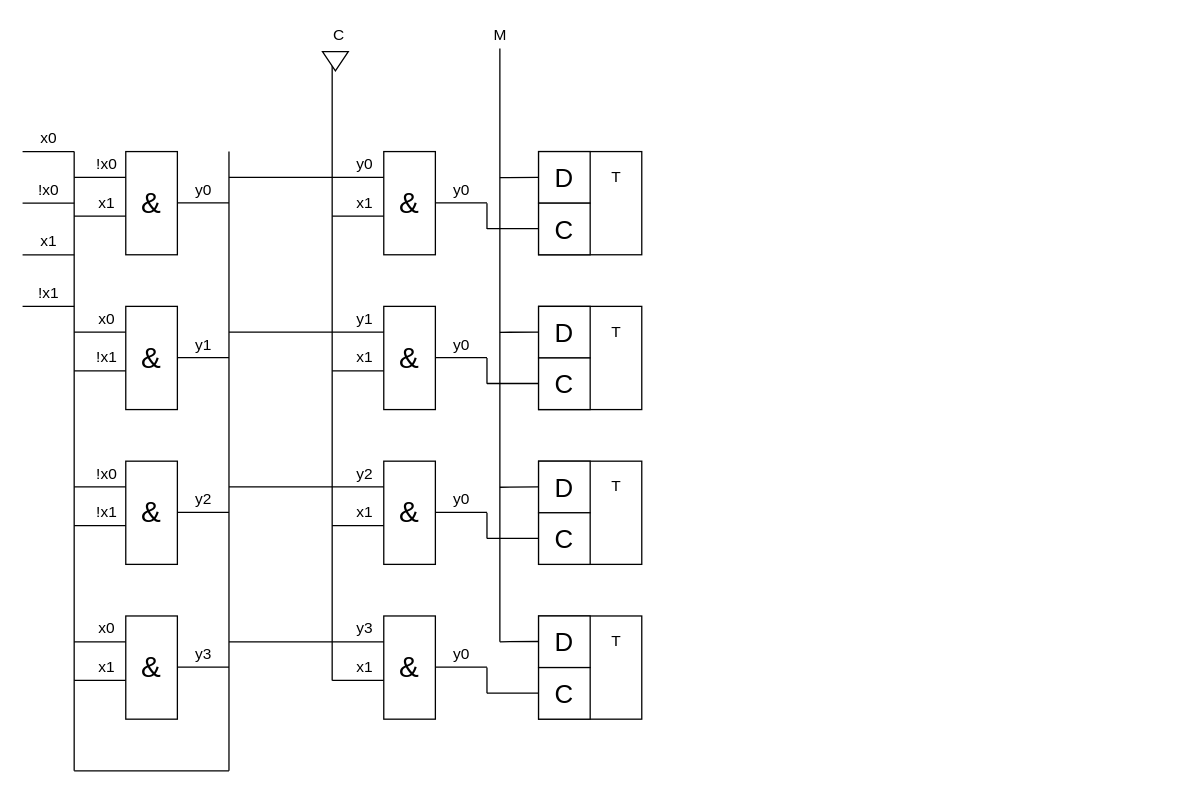
nayutalienx/digital_circuits keeps this draw.io diagram as 7lab.drawio. Above is the earlier version. Source tidied: cells renumbered, new cells numbered last; positions are measured from the earlier drawing's top-left corner, leaving out a move shared by most shapes. Both pictures are drawn from the tidied source at 129%, with x=0, y=0 at pixel (22, 22).
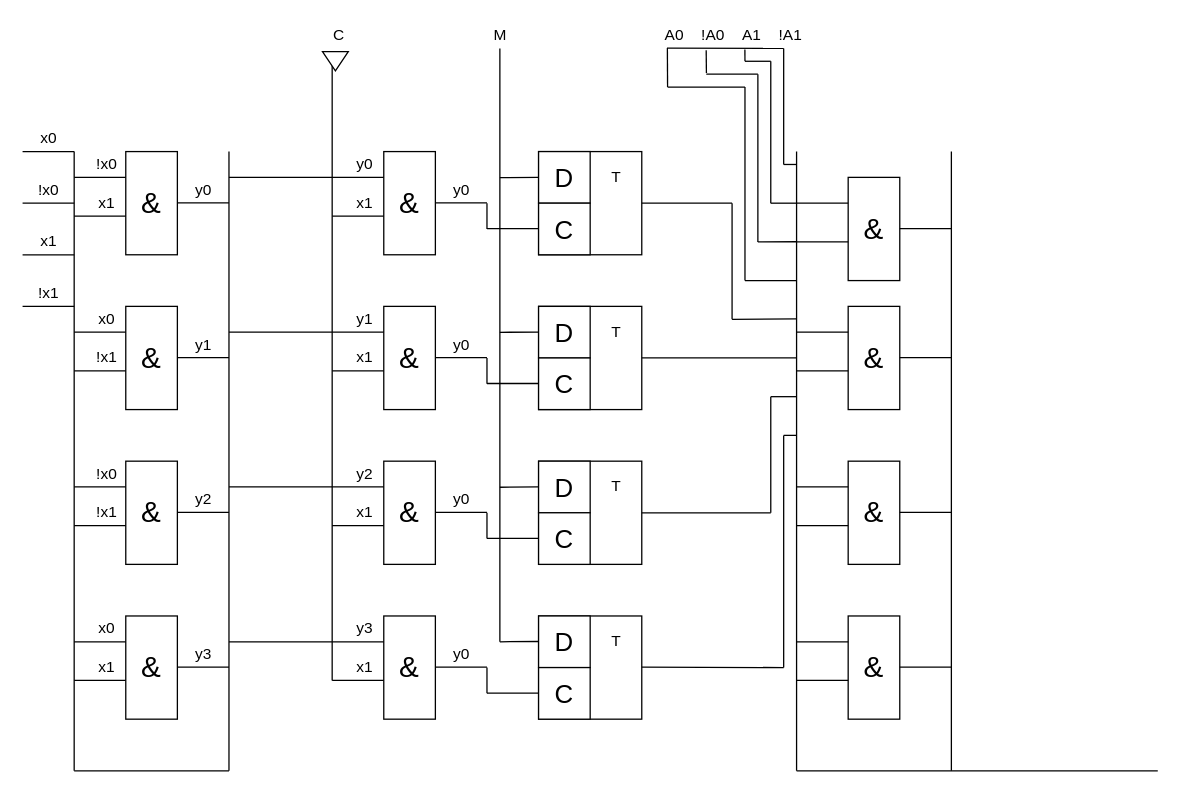
Above is the later version.

What changed in the source:
```diff
@@
+    <mxCell id="102" style="endArrow=none;html=1;" parent="1" edge="1">
+      <mxGeometry relative="1" as="geometry">
+        <mxPoint x="480" y="140" as="sourcePoint" />
+        <mxPoint x="550" y="140" as="targetPoint" />
+      </mxGeometry>
+    </mxCell>
+    <mxCell id="103" style="endArrow=none;html=1;" parent="1" edge="1">
+      <mxGeometry relative="1" as="geometry">
+        <mxPoint x="480" y="260" as="sourcePoint" />
+        <mxPoint x="600" y="260" as="targetPoint" />
+      </mxGeometry>
+    </mxCell>
+    <mxCell id="104" style="endArrow=none;html=1;" parent="1" edge="1">
+      <mxGeometry relative="1" as="geometry">
+        <mxPoint x="480" y="380" as="sourcePoint" />
+        <mxPoint x="580" y="380" as="targetPoint" />
+      </mxGeometry>
+    </mxCell>
+    <mxCell id="105" style="endArrow=none;html=1;" parent="1" edge="1">
+      <mxGeometry relative="1" as="geometry">
+        <mxPoint x="480" y="499.7" as="sourcePoint" />
+        <mxPoint x="590" y="500" as="targetPoint" />
+      </mxGeometry>
+    </mxCell>
+    <mxCell id="106" style="endArrow=none;html=1;" parent="1" edge="1">
+      <mxGeometry relative="1" as="geometry">
+        <mxPoint x="600" y="580" as="sourcePoint" />
+        <mxPoint x="600" y="100" as="targetPoint" />
+      </mxGeometry>
+    </mxCell>
+    <mxCell id="107" style="endArrow=none;html=1;exitX=0.319;exitY=0.993;exitDx=0;exitDy=0;exitPerimeter=0;" parent="1" edge="1" source="111">
+      <mxGeometry relative="1" as="geometry">
+        <mxPoint x="590" y="20" as="targetPoint" />
+      </mxGeometry>
+    </mxCell>
+    <mxCell id="108" style="endArrow=none;html=1;" parent="1" edge="1">
+      <mxGeometry relative="1" as="geometry">
+        <mxPoint x="560" y="200" as="sourcePoint" />
+        <mxPoint x="560" y="50" as="targetPoint" />
+      </mxGeometry>
+    </mxCell>
+    <mxCell id="109" style="endArrow=none;html=1;" parent="1" edge="1">
+      <mxGeometry relative="1" as="geometry">
+        <mxPoint x="570" y="170" as="sourcePoint" />
+        <mxPoint x="570" y="40" as="targetPoint" />
+      </mxGeometry>
+    </mxCell>
+    <mxCell id="110" style="endArrow=none;html=1;" parent="1" edge="1">
+      <mxGeometry relative="1" as="geometry">
+        <mxPoint x="590" y="110" as="sourcePoint" />
+        <mxPoint x="590" y="20" as="targetPoint" />
+      </mxGeometry>
+    </mxCell>
+    <mxCell id="111" value="A0" style="text;html=1;align=center;verticalAlign=middle;points=[];" parent="1" vertex="1">
+      <mxGeometry x="490" width="30" height="20" as="geometry" />
+    </mxCell>
+    <mxCell id="112" value="!A0" style="text;html=1;align=center;verticalAlign=middle;points=[];" parent="1" vertex="1">
+      <mxGeometry x="520" width="30" height="20" as="geometry" />
+    </mxCell>
+    <mxCell id="113" value="A1" style="text;html=1;align=center;verticalAlign=middle;points=[];" parent="1" vertex="1">
+      <mxGeometry x="550" width="30" height="20" as="geometry" />
+    </mxCell>
+    <mxCell id="114" value="!A1" style="text;html=1;align=center;verticalAlign=middle;" parent="1" vertex="1">
+      <mxGeometry x="580" width="30" height="20" as="geometry" />
+    </mxCell>
+    <mxCell id="115" style="endArrow=none;html=1;" parent="1" edge="1">
+      <mxGeometry relative="1" as="geometry">
+        <mxPoint x="590" y="110" as="sourcePoint" />
+        <mxPoint x="600" y="110" as="targetPoint" />
+      </mxGeometry>
+    </mxCell>
+    <mxCell id="116" style="endArrow=none;html=1;" parent="1" edge="1">
+      <mxGeometry relative="1" as="geometry">
+        <mxPoint x="580" y="140" as="sourcePoint" />
+        <mxPoint x="580" y="30" as="targetPoint" />
+      </mxGeometry>
+    </mxCell>
+    <mxCell id="117" style="endArrow=none;html=1;" parent="1" edge="1">
+      <mxGeometry relative="1" as="geometry">
+        <mxPoint x="580" y="140" as="sourcePoint" />
+        <mxPoint x="600" y="140" as="targetPoint" />
+      </mxGeometry>
+    </mxCell>
+    <mxCell id="118" style="endArrow=none;html=1;" parent="1" edge="1">
+      <mxGeometry relative="1" as="geometry">
+        <mxPoint x="570" y="170" as="sourcePoint" />
+        <mxPoint x="600" y="169.9" as="targetPoint" />
+      </mxGeometry>
+    </mxCell>
+    <mxCell id="119" style="endArrow=none;html=1;" parent="1" edge="1">
+      <mxGeometry relative="1" as="geometry">
+        <mxPoint x="560" y="200" as="sourcePoint" />
+        <mxPoint x="600" y="200" as="targetPoint" />
+      </mxGeometry>
+    </mxCell>
+    <mxCell id="120" style="endArrow=none;html=1;" parent="1" edge="1">
+      <mxGeometry relative="1" as="geometry">
+        <mxPoint x="560" y="30" as="sourcePoint" />
+        <mxPoint x="580" y="30" as="targetPoint" />
+      </mxGeometry>
+    </mxCell>
+    <mxCell id="121" style="endArrow=none;html=1;exitX=0.331;exitY=1.044;exitDx=0;exitDy=0;exitPerimeter=0;" parent="1" edge="1" source="113">
+      <mxGeometry relative="1" as="geometry">
+        <mxPoint x="560" y="30" as="targetPoint" />
+      </mxGeometry>
+    </mxCell>
+    <mxCell id="122" style="endArrow=none;html=1;" parent="1" edge="1">
+      <mxGeometry relative="1" as="geometry">
+        <mxPoint x="530" y="40" as="sourcePoint" />
+        <mxPoint x="570" y="40" as="targetPoint" />
+      </mxGeometry>
+    </mxCell>
+    <mxCell id="123" style="endArrow=none;html=1;exitX=0.331;exitY=1.072;exitDx=0;exitDy=0;exitPerimeter=0;" parent="1" edge="1" source="112">
+      <mxGeometry relative="1" as="geometry">
+        <mxPoint x="530.1" y="39.1" as="targetPoint" />
+      </mxGeometry>
+    </mxCell>
+    <mxCell id="124" style="endArrow=none;html=1;" parent="1" edge="1">
+      <mxGeometry relative="1" as="geometry">
+        <mxPoint x="500" y="50" as="sourcePoint" />
+        <mxPoint x="560" y="50" as="targetPoint" />
+      </mxGeometry>
+    </mxCell>
+    <mxCell id="125" style="endArrow=none;html=1;exitX=0.328;exitY=0.986;exitDx=0;exitDy=0;exitPerimeter=0;" parent="1" edge="1" source="111">
+      <mxGeometry relative="1" as="geometry">
+        <mxPoint x="500" y="50" as="targetPoint" />
+      </mxGeometry>
+    </mxCell>
+    <mxCell id="126" style="endArrow=none;html=1;" parent="1" edge="1">
+      <mxGeometry relative="1" as="geometry">
+        <mxPoint x="550" y="230" as="sourcePoint" />
+        <mxPoint x="550" y="140" as="targetPoint" />
+      </mxGeometry>
+    </mxCell>
+    <mxCell id="127" style="endArrow=none;html=1;" parent="1" edge="1">
+      <mxGeometry relative="1" as="geometry">
+        <mxPoint x="550" y="230" as="sourcePoint" />
+        <mxPoint x="600" y="229.7" as="targetPoint" />
+      </mxGeometry>
+    </mxCell>
+    <mxCell id="128" style="endArrow=none;html=1;" parent="1" edge="1">
+      <mxGeometry relative="1" as="geometry">
+        <mxPoint x="580" y="380" as="sourcePoint" />
+        <mxPoint x="580" y="290" as="targetPoint" />
+      </mxGeometry>
+    </mxCell>
+    <mxCell id="129" style="endArrow=none;html=1;" parent="1" edge="1">
+      <mxGeometry relative="1" as="geometry">
+        <mxPoint x="580" y="290" as="sourcePoint" />
+        <mxPoint x="600" y="290" as="targetPoint" />
+      </mxGeometry>
+    </mxCell>
+    <mxCell id="130" style="endArrow=none;html=1;" parent="1" edge="1">
+      <mxGeometry relative="1" as="geometry">
+        <mxPoint x="590" y="500" as="sourcePoint" />
+        <mxPoint x="590" y="320" as="targetPoint" />
+      </mxGeometry>
+    </mxCell>
+    <mxCell id="131" style="endArrow=none;html=1;" parent="1" edge="1">
+      <mxGeometry relative="1" as="geometry">
+        <mxPoint x="590" y="320" as="sourcePoint" />
+        <mxPoint x="600" y="320" as="targetPoint" />
+      </mxGeometry>
+    </mxCell>
+    <mxCell id="132" style="endArrow=none;html=1;" parent="1" edge="1">
+      <mxGeometry relative="1" as="geometry">
+        <mxPoint x="600" y="580" as="sourcePoint" />
+        <mxPoint x="880" y="580" as="targetPoint" />
+      </mxGeometry>
+    </mxCell>
+    <mxCell id="133" value="&lt;font style=&quot;font-size: 23px&quot;&gt;&amp;amp;&lt;/font&gt;" style="rounded=0;whiteSpace=wrap;html=1;" parent="1" vertex="1">
+      <mxGeometry x="640" y="120" width="40" height="80" as="geometry" />
+    </mxCell>
+    <mxCell id="134" style="endArrow=none;html=1;entryX=0;entryY=0.25;entryDx=0;entryDy=0;" parent="1" edge="1" target="133">
+      <mxGeometry relative="1" as="geometry">
+        <mxPoint x="600" y="140" as="sourcePoint" />
+      </mxGeometry>
+    </mxCell>
+    <mxCell id="135" style="endArrow=none;html=1;entryX=0;entryY=0.25;entryDx=0;entryDy=0;" parent="1" edge="1">
+      <mxGeometry relative="1" as="geometry">
+        <mxPoint x="600" y="170" as="sourcePoint" />
+        <mxPoint x="640" y="170" as="targetPoint" />
+      </mxGeometry>
+    </mxCell>
+    <mxCell id="136" style="endArrow=none;html=1;entryX=0;entryY=0.25;entryDx=0;entryDy=0;" parent="1" edge="1">
+      <mxGeometry relative="1" as="geometry">
+        <mxPoint x="680" y="159.7" as="sourcePoint" />
+        <mxPoint x="720" y="159.7" as="targetPoint" />
+      </mxGeometry>
+    </mxCell>
+    <mxCell id="137" value="&lt;font style=&quot;font-size: 23px&quot;&gt;&amp;amp;&lt;/font&gt;" style="rounded=0;whiteSpace=wrap;html=1;" parent="1" vertex="1">
+      <mxGeometry x="640" y="220" width="40" height="80" as="geometry" />
+    </mxCell>
+    <mxCell id="138" style="endArrow=none;html=1;entryX=0;entryY=0.25;entryDx=0;entryDy=0;" parent="1" edge="1" target="137">
+      <mxGeometry relative="1" as="geometry">
+        <mxPoint x="600" y="240" as="sourcePoint" />
+      </mxGeometry>
+    </mxCell>
+    <mxCell id="139" style="endArrow=none;html=1;entryX=0;entryY=0.25;entryDx=0;entryDy=0;" parent="1" edge="1">
+      <mxGeometry relative="1" as="geometry">
+        <mxPoint x="600" y="270" as="sourcePoint" />
+        <mxPoint x="640" y="270" as="targetPoint" />
+      </mxGeometry>
+    </mxCell>
+    <mxCell id="140" style="endArrow=none;html=1;entryX=0;entryY=0.25;entryDx=0;entryDy=0;" parent="1" edge="1">
+      <mxGeometry relative="1" as="geometry">
+        <mxPoint x="680" y="259.7" as="sourcePoint" />
+        <mxPoint x="720" y="259.7" as="targetPoint" />
+      </mxGeometry>
+    </mxCell>
+    <mxCell id="141" value="&lt;font style=&quot;font-size: 23px&quot;&gt;&amp;amp;&lt;/font&gt;" style="rounded=0;whiteSpace=wrap;html=1;" parent="1" vertex="1">
+      <mxGeometry x="640" y="340" width="40" height="80" as="geometry" />
+    </mxCell>
+    <mxCell id="142" style="endArrow=none;html=1;entryX=0;entryY=0.25;entryDx=0;entryDy=0;" parent="1" edge="1" target="141">
+      <mxGeometry relative="1" as="geometry">
+        <mxPoint x="600" y="360" as="sourcePoint" />
+      </mxGeometry>
+    </mxCell>
+    <mxCell id="143" style="endArrow=none;html=1;entryX=0;entryY=0.25;entryDx=0;entryDy=0;" parent="1" edge="1">
+      <mxGeometry relative="1" as="geometry">
+        <mxPoint x="600" y="390" as="sourcePoint" />
+        <mxPoint x="640" y="390" as="targetPoint" />
+      </mxGeometry>
+    </mxCell>
+    <mxCell id="144" style="endArrow=none;html=1;entryX=0;entryY=0.25;entryDx=0;entryDy=0;" parent="1" edge="1">
+      <mxGeometry relative="1" as="geometry">
+        <mxPoint x="680" y="379.7" as="sourcePoint" />
+        <mxPoint x="720" y="379.7" as="targetPoint" />
+      </mxGeometry>
+    </mxCell>
+    <mxCell id="145" value="&lt;font style=&quot;font-size: 23px&quot;&gt;&amp;amp;&lt;/font&gt;" style="rounded=0;whiteSpace=wrap;html=1;" parent="1" vertex="1">
+      <mxGeometry x="640" y="460" width="40" height="80" as="geometry" />
+    </mxCell>
+    <mxCell id="146" style="endArrow=none;html=1;entryX=0;entryY=0.25;entryDx=0;entryDy=0;" parent="1" edge="1" target="145">
+      <mxGeometry relative="1" as="geometry">
+        <mxPoint x="600" y="480" as="sourcePoint" />
+      </mxGeometry>
+    </mxCell>
+    <mxCell id="147" style="endArrow=none;html=1;entryX=0;entryY=0.25;entryDx=0;entryDy=0;" parent="1" edge="1">
+      <mxGeometry relative="1" as="geometry">
+        <mxPoint x="600" y="510" as="sourcePoint" />
+        <mxPoint x="640" y="510" as="targetPoint" />
+      </mxGeometry>
+    </mxCell>
+    <mxCell id="148" style="endArrow=none;html=1;entryX=0;entryY=0.25;entryDx=0;entryDy=0;" parent="1" edge="1">
+      <mxGeometry relative="1" as="geometry">
+        <mxPoint x="680" y="499.7" as="sourcePoint" />
+        <mxPoint x="720" y="499.7" as="targetPoint" />
+      </mxGeometry>
+    </mxCell>
+    <mxCell id="149" style="endArrow=none;html=1;" parent="1" edge="1">
+      <mxGeometry relative="1" as="geometry">
+        <mxPoint x="720" y="580" as="sourcePoint" />
+        <mxPoint x="720" y="100" as="targetPoint" />
+      </mxGeometry>
+    </mxCell>
```
